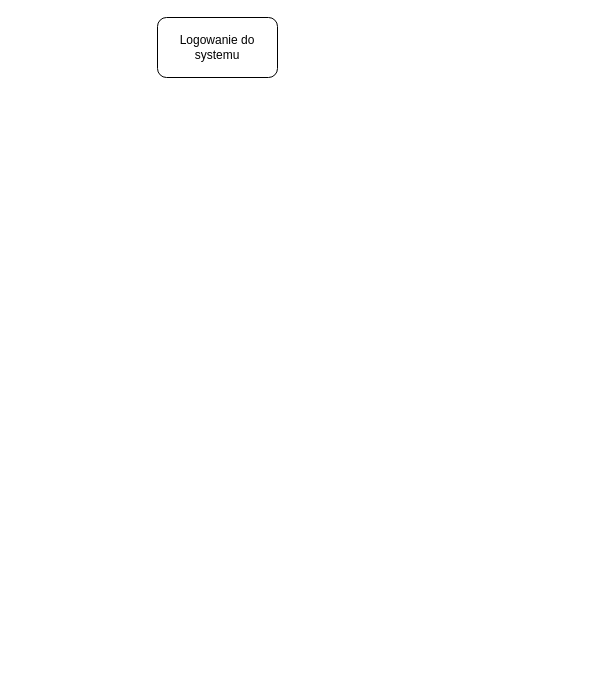
The draw.io diagram diagram/Diagram bez tytułu.drawio in Chill62/Diagram-egzamin, before the edit. Source tidied: cells renumbered, new cells numbered last; positions are measured from the earlier drawing's top-left corner, leaving out a move shared by most shapes. Both pictures are drawn from the tidied source at 100%, with x=0, y=0 at pixel (157, 17).
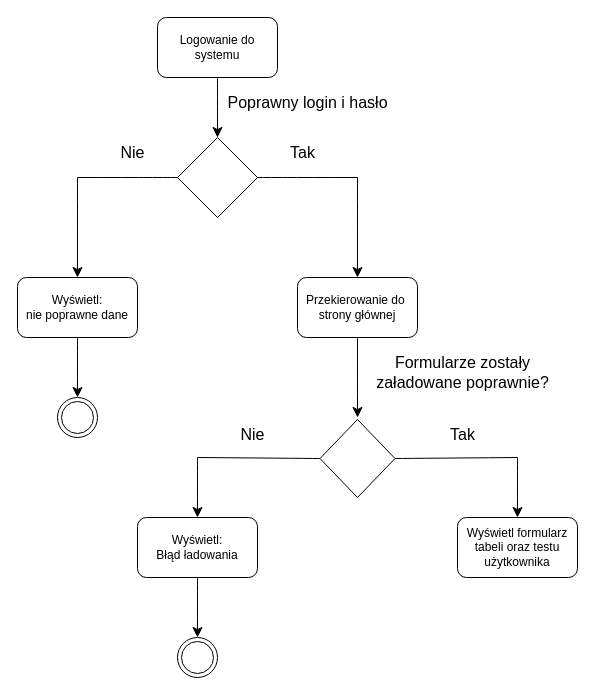
Above is the later version.

Commit message:
Zaktualizuj Diagram

Unchanged cells that the change refers to:
```xml
<mxCell id="2" value="&lt;div style=&quot;&quot;&gt;Logowanie do systemu&lt;/div&gt;" style="rounded=1;whiteSpace=wrap;html=1;align=center;glass=0;shadow=0;" parent="1" vertex="1">
  <mxGeometry width="120" height="60" as="geometry" />
</mxCell>
```

Change to the diagram source:
```diff
@@
+    <mxCell id="3" style="edgeStyle=none;curved=1;rounded=0;jettySize=auto;html=1;exitX=0.5;exitY=1;exitDx=0;exitDy=0;entryX=0.5;entryY=0;entryDx=0;entryDy=0;fontSize=12;startSize=8;endSize=8;" parent="1" edge="1" source="2" target="5">
+      <mxGeometry relative="1" as="geometry" />
+    </mxCell>
@@
+    <mxCell id="4" style="edgeStyle=none;curved=1;rounded=0;jettySize=auto;html=1;exitX=1;exitY=0.5;exitDx=0;exitDy=0;fontSize=12;startSize=8;endSize=8;endArrow=none;endFill=0;" parent="1" edge="1" source="5">
+      <mxGeometry relative="1" as="geometry">
+        <mxPoint x="200" y="160" as="targetPoint" />
+      </mxGeometry>
+    </mxCell>
+    <mxCell id="5" style="rhombus;whiteSpace=wrap;html=1;" parent="1" vertex="1">
+      <mxGeometry x="20" y="120" width="80" height="80" as="geometry" />
+    </mxCell>
+    <mxCell id="6" style="edgeStyle=none;curved=1;rounded=0;orthogonalLoop=1;jettySize=auto;html=1;fontSize=12;startSize=8;endSize=8;" parent="1" edge="1">
+      <mxGeometry relative="1" as="geometry">
+        <mxPoint x="200" y="160" as="sourcePoint" />
+        <mxPoint x="200" y="260" as="targetPoint" />
+      </mxGeometry>
+    </mxCell>
+    <mxCell id="7" style="edgeStyle=none;curved=1;rounded=0;jettySize=auto;html=1;exitX=0;exitY=0.5;exitDx=0;exitDy=0;fontSize=12;startSize=8;endSize=8;endArrow=none;endFill=0;" parent="1" edge="1" source="5">
+      <mxGeometry relative="1" as="geometry">
+        <mxPoint x="-80" y="160" as="targetPoint" />
+      </mxGeometry>
+    </mxCell>
+    <mxCell id="8" style="edgeStyle=none;curved=1;rounded=0;orthogonalLoop=1;jettySize=auto;html=1;fontSize=12;startSize=8;endSize=8;" parent="1" edge="1">
+      <mxGeometry relative="1" as="geometry">
+        <mxPoint x="-80" y="160" as="sourcePoint" />
+        <mxPoint x="-80" y="260" as="targetPoint" />
+      </mxGeometry>
+    </mxCell>
+    <mxCell id="9" value="Poprawny login i hasło" style="text;html=1;align=center;verticalAlign=middle;strokeColor=none;fillColor=none;fontSize=16;" parent="1" vertex="1">
+      <mxGeometry x="60" y="70" width="180" height="30" as="geometry" />
+    </mxCell>
+    <mxCell id="10" value="Tak" style="text;html=1;align=center;verticalAlign=middle;strokeColor=none;fillColor=none;fontSize=16;" parent="1" vertex="1">
+      <mxGeometry x="120" y="120" width="50" height="30" as="geometry" />
+    </mxCell>
+    <mxCell id="11" value="Nie" style="text;html=1;align=center;verticalAlign=middle;strokeColor=none;fillColor=none;fontSize=16;" parent="1" vertex="1">
+      <mxGeometry x="-50" y="120" width="50" height="30" as="geometry" />
+    </mxCell>
+    <mxCell id="12" style="ellipse;html=1;shape=endState;" parent="1" vertex="1">
+      <mxGeometry x="-100" y="380" width="40" height="40" as="geometry" />
+    </mxCell>
+    <mxCell id="13" style="edgeStyle=none;curved=1;rounded=0;jettySize=auto;html=1;exitX=0.5;exitY=1;exitDx=0;exitDy=0;entryX=0.5;entryY=0;entryDx=0;entryDy=0;fontSize=12;startSize=8;endSize=8;" parent="1" edge="1" source="14" target="12">
+      <mxGeometry relative="1" as="geometry" />
+    </mxCell>
+    <mxCell id="14" value="&lt;div style=&quot;&quot;&gt;Wyświetl:&lt;br&gt;nie poprawne dane&lt;br&gt;&lt;/div&gt;" style="rounded=1;whiteSpace=wrap;html=1;align=center;glass=0;shadow=0;" parent="1" vertex="1">
+      <mxGeometry x="-140" y="260" width="120" height="60" as="geometry" />
+    </mxCell>
+    <mxCell id="15" value="&lt;div style=&quot;&quot;&gt;Przekierowanie do&amp;nbsp;&lt;br&gt;strony głównej&lt;/div&gt;" style="rounded=1;whiteSpace=wrap;html=1;align=center;glass=0;shadow=0;" parent="1" vertex="1">
+      <mxGeometry x="140" y="260" width="120" height="60" as="geometry" />
+    </mxCell>
+    <mxCell id="16" style="edgeStyle=none;curved=1;rounded=0;jettySize=auto;html=1;fontSize=12;startSize=8;endSize=8;exitX=0.5;exitY=1;exitDx=0;exitDy=0;" parent="1" edge="1" source="15">
+      <mxGeometry relative="1" as="geometry">
+        <mxPoint x="200" y="400" as="targetPoint" />
+      </mxGeometry>
+    </mxCell>
+    <mxCell id="17" style="edgeStyle=none;curved=1;rounded=0;jettySize=auto;html=1;exitX=1;exitY=0.5;exitDx=0;exitDy=0;fontSize=12;startSize=8;endSize=8;endArrow=none;endFill=0;" parent="1" edge="1" source="19">
+      <mxGeometry relative="1" as="geometry">
+        <mxPoint x="360" y="440" as="targetPoint" />
+      </mxGeometry>
+    </mxCell>
+    <mxCell id="18" style="edgeStyle=none;curved=1;rounded=0;jettySize=auto;html=1;exitX=0;exitY=0.5;exitDx=0;exitDy=0;fontSize=12;startSize=8;endSize=8;endArrow=none;endFill=0;" parent="1" edge="1" source="19">
+      <mxGeometry relative="1" as="geometry">
+        <mxPoint x="40" y="440" as="targetPoint" />
+        <Array as="points">
+          <mxPoint x="40" y="440" />
+        </Array>
+      </mxGeometry>
+    </mxCell>
+    <mxCell id="19" style="rhombus;whiteSpace=wrap;html=1;" parent="1" vertex="1">
+      <mxGeometry x="162.5" y="402" width="75" height="78" as="geometry" />
+    </mxCell>
+    <mxCell id="20" value="Formularze zostały &lt;br&gt;załadowane&amp;nbsp;&lt;span style=&quot;background-color: initial;&quot;&gt;poprawnie?&lt;/span&gt;" style="text;html=1;align=center;verticalAlign=middle;strokeColor=none;fillColor=none;fontSize=16;" parent="1" vertex="1">
+      <mxGeometry x="210" y="330" width="190" height="50" as="geometry" />
+    </mxCell>
+    <mxCell id="21" value="Nie" style="text;html=1;align=center;verticalAlign=middle;strokeColor=none;fillColor=none;fontSize=16;" parent="1" vertex="1">
+      <mxGeometry x="70" y="402" width="50" height="30" as="geometry" />
+    </mxCell>
+    <mxCell id="22" value="Tak" style="text;html=1;align=center;verticalAlign=middle;strokeColor=none;fillColor=none;fontSize=16;" parent="1" vertex="1">
+      <mxGeometry x="280" y="402" width="50" height="30" as="geometry" />
+    </mxCell>
+    <mxCell id="23" style="edgeStyle=none;curved=1;rounded=0;orthogonalLoop=1;jettySize=auto;html=1;fontSize=12;startSize=8;endSize=8;endArrow=classic;endFill=1;" parent="1" edge="1">
+      <mxGeometry relative="1" as="geometry">
+        <mxPoint x="40" y="440" as="sourcePoint" />
+        <mxPoint x="40" y="500" as="targetPoint" />
+      </mxGeometry>
+    </mxCell>
+    <mxCell id="24" style="edgeStyle=none;curved=1;rounded=0;jettySize=auto;html=1;exitX=0.5;exitY=1;exitDx=0;exitDy=0;fontSize=12;startSize=8;endSize=8;" parent="1" edge="1" source="25">
+      <mxGeometry relative="1" as="geometry">
+        <mxPoint x="40" y="620" as="targetPoint" />
+      </mxGeometry>
+    </mxCell>
+    <mxCell id="25" value="Wyświetl:&lt;div&gt;Błąd ładowania&lt;/div&gt;" style="rounded=1;whiteSpace=wrap;html=1;" parent="1" vertex="1">
+      <mxGeometry x="-20" y="500" width="120" height="60" as="geometry" />
+    </mxCell>
+    <mxCell id="26" style="ellipse;html=1;shape=endState;" parent="1" vertex="1">
+      <mxGeometry x="20" y="620" width="40" height="40" as="geometry" />
+    </mxCell>
+    <mxCell id="27" style="edgeStyle=none;curved=1;rounded=0;orthogonalLoop=1;jettySize=auto;html=1;fontSize=12;startSize=8;endSize=8;endArrow=classic;endFill=1;" parent="1" edge="1">
+      <mxGeometry relative="1" as="geometry">
+        <mxPoint x="360" y="440" as="sourcePoint" />
+        <mxPoint x="360" y="500" as="targetPoint" />
+      </mxGeometry>
+    </mxCell>
+    <mxCell id="28" value="Wyświetl formularz tabeli oraz testu użytkownika" style="whiteSpace=wrap;html=1;rounded=1;" parent="1" vertex="1">
+      <mxGeometry x="300" y="500" width="120" height="60" as="geometry" />
+    </mxCell>
```
